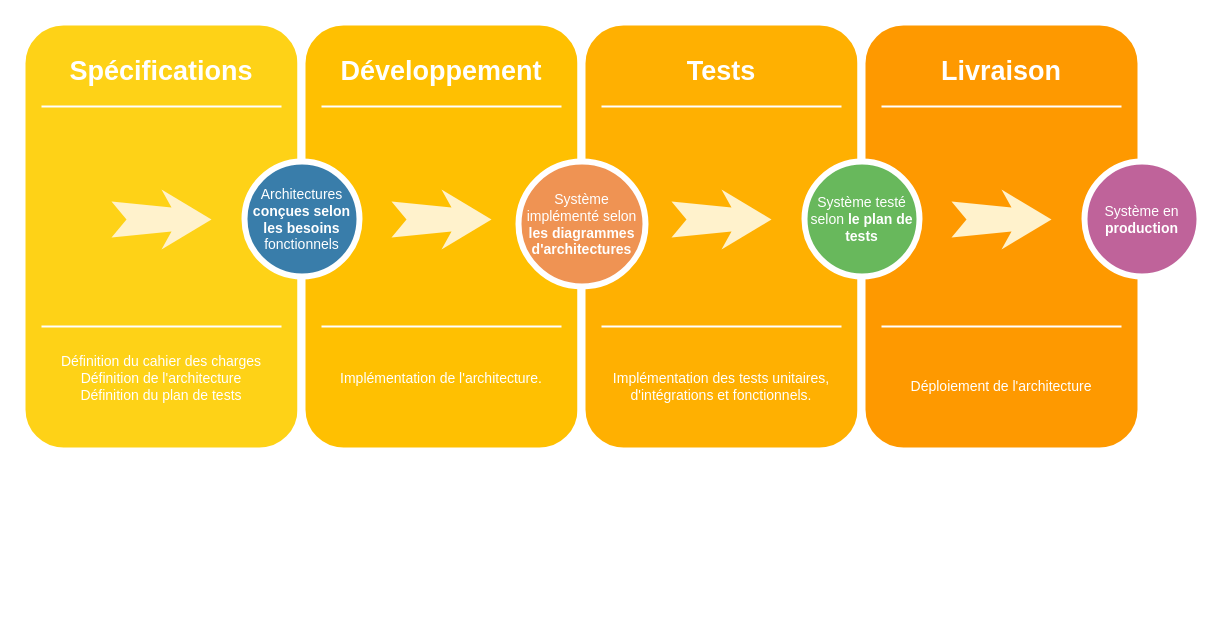
Earlier version of the draw.io diagram Diagramme sans nom.drawio (cjour/audit_logistics). Source tidied: cells renumbered, new cells numbered last; positions are measured from the earlier drawing's top-left corner, leaving out a move shared by most shapes. Both pictures are drawn from the tidied source at 100%, with x=0, y=0 at pixel (21, 21).
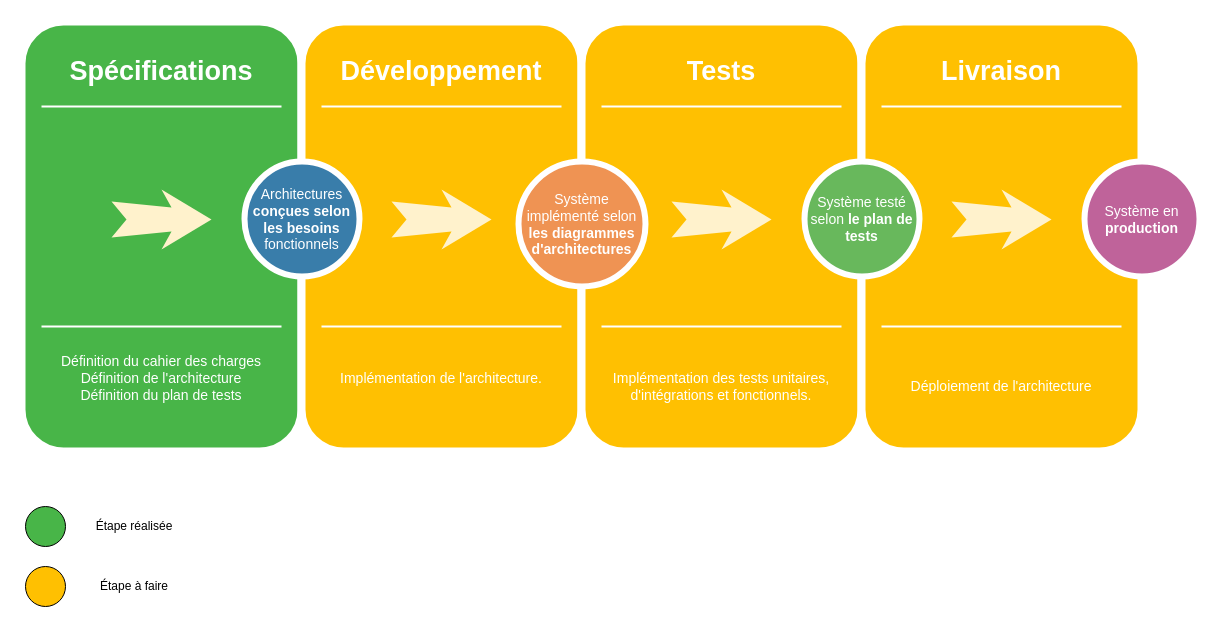
The same page after the edit.

Commit message:
Mettre à jour Diagramme sans nom.drawio

Diff of the diagram source:
```diff
@@
-    <mxCell id="2" style="whiteSpace=wrap;html=1;rounded=1;shadow=0;strokeWidth=8;fontSize=20;align=center;fillColor=#FED217;strokeColor=#FFFFFF;" parent="1" vertex="1">
+    <mxCell id="2" style="whiteSpace=wrap;html=1;rounded=1;shadow=0;strokeWidth=8;fontSize=20;align=center;fillColor=#48B548;strokeColor=#FFFFFF;" parent="1" vertex="1">
       <mxGeometry width="280" height="430" as="geometry" />
     </mxCell>
@@
-    <mxCell id="15" style="whiteSpace=wrap;html=1;rounded=1;shadow=0;strokeWidth=8;fontSize=20;align=center;fillColor=#FFB001;strokeColor=#FFFFFF;" parent="1" vertex="1">
+    <mxCell id="15" style="whiteSpace=wrap;html=1;rounded=1;shadow=0;strokeWidth=8;fontSize=20;align=center;fillColor=#FFC001;strokeColor=#FFFFFF;" parent="1" vertex="1">
       <mxGeometry x="560" width="280" height="430" as="geometry" />
     </mxCell>
@@
-    <mxCell id="22" style="whiteSpace=wrap;html=1;rounded=1;shadow=0;strokeWidth=8;fontSize=20;align=center;fillColor=#FE9900;strokeColor=#FFFFFF;" parent="1" vertex="1">
+    <mxCell id="22" style="whiteSpace=wrap;html=1;rounded=1;shadow=0;strokeWidth=8;fontSize=20;align=center;fillColor=#FFC001;strokeColor=#FFFFFF;" parent="1" vertex="1">
       <mxGeometry x="840" width="280" height="430" as="geometry" />
     </mxCell>
@@
+    <mxCell id="30" style="ellipse;whiteSpace=wrap;html=1;fillColor=#48B548;" parent="1" vertex="1">
+      <mxGeometry x="4" y="485" width="40" height="40" as="geometry" />
+    </mxCell>
+    <mxCell id="31" value="Étape réalisée " style="text;html=1;strokeColor=none;fillColor=none;align=center;verticalAlign=middle;whiteSpace=wrap;rounded=0;" parent="1" vertex="1">
+      <mxGeometry x="58" y="490" width="110" height="30" as="geometry" />
+    </mxCell>
+    <mxCell id="32" style="ellipse;whiteSpace=wrap;html=1;fillColor=#FFC001;" parent="1" vertex="1">
+      <mxGeometry x="4" y="545" width="40" height="40" as="geometry" />
+    </mxCell>
+    <mxCell id="33" value="Étape à faire" style="text;html=1;strokeColor=none;fillColor=none;align=center;verticalAlign=middle;whiteSpace=wrap;rounded=0;" parent="1" vertex="1">
+      <mxGeometry x="58" y="550" width="110" height="30" as="geometry" />
+    </mxCell>
```
